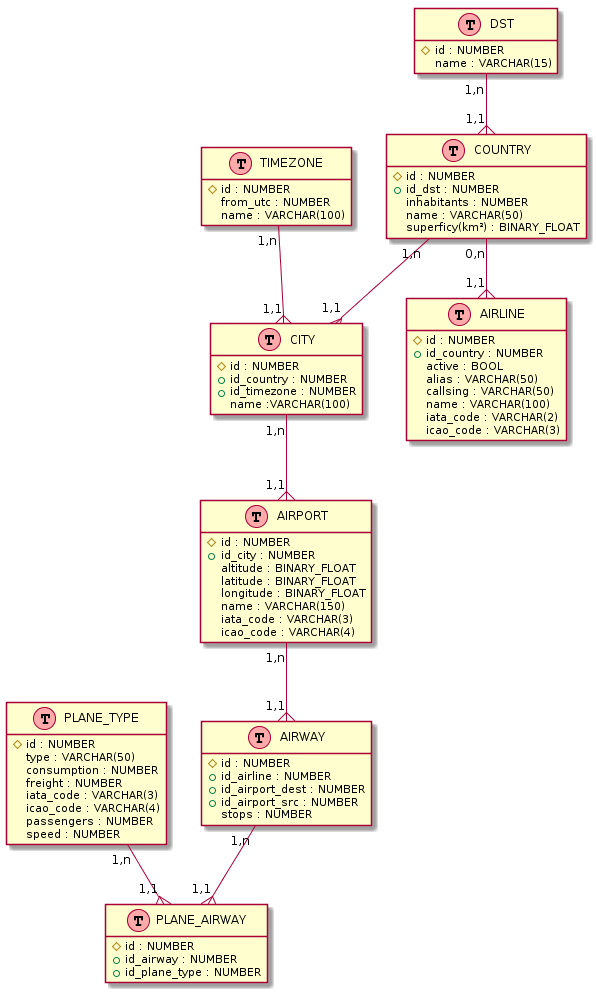
Before: resources/database/conception/modelization/modelisation.png, a diagram exported from PlantUML (pBouillon/OpenFlightStatisticsAggregator).
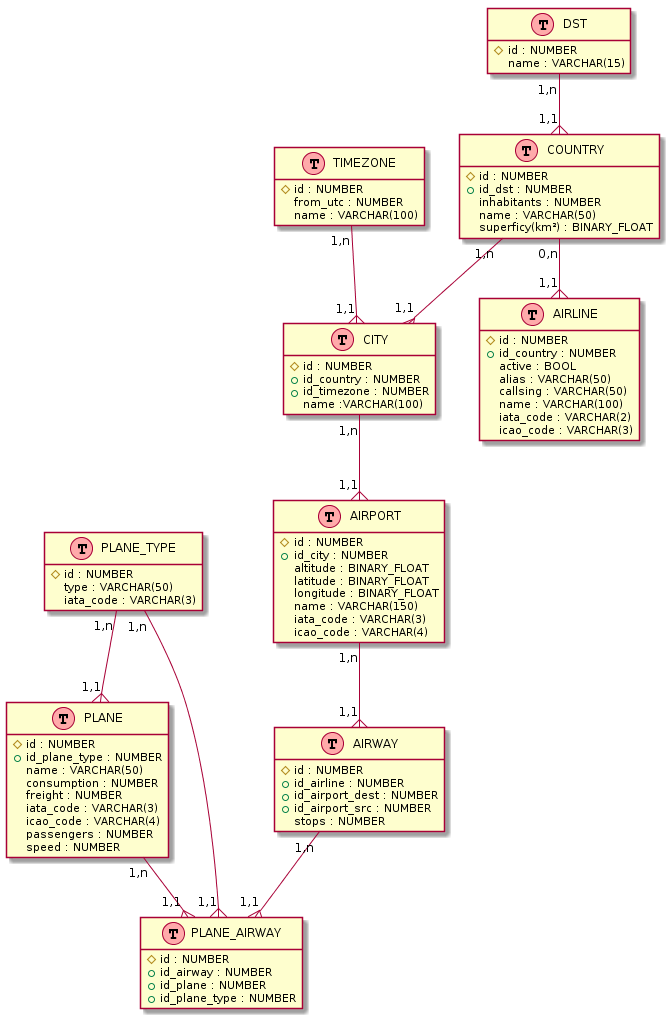
Later version of the same file.

Diff of the diagram source:
```diff
@@ -19,12 +19,7 @@
 class PLANE_TYPE << (T,#FFAAAA) >> {
     {field} #id : NUMBER
     {field} type : VARCHAR(50)
-    {field} consumption : NUMBER
-    {field} freight : NUMBER
     {field} iata_code : VARCHAR(3)
-    {field} icao_code : VARCHAR(4)
-    {field} passengers : NUMBER
-    {field} speed : NUMBER
 }
 
 class TIMEZONE << (T,#FFAAAA) >> {
@@ -56,17 +51,23 @@
 
 }
 
+class PLANE << (T,#FFAAAA) >> {
+    {field} #id : NUMBER
+    {field} +id_plane_type : NUMBER
+    {field} name : VARCHAR(50)
+    {field} consumption : NUMBER
+    {field} freight : NUMBER
+    {field} iata_code : VARCHAR(3)
+    {field} icao_code : VARCHAR(4)
+    {field} passengers : NUMBER
+    {field} speed : NUMBER
+}
+
 class CITY << (T,#FFAAAA) >> {
     {field} #id : NUMBER
     {field} +id_country : NUMBER
     {field} +id_timezone : NUMBER
     {field} name :VARCHAR(100)
-}
-
-class PLANE_AIRWAY << (T,#FFAAAA) >> {
-    {field} #id : NUMBER
-    {field} +id_airway : NUMBER
-    {field} +id_plane_type : NUMBER
 }
 
 class AIRWAY << (T,#FFAAAA) >> {
@@ -76,6 +77,14 @@
     {field} +id_airport_src : NUMBER
     {field} stops : NUMBER
 }
+
+class PLANE_AIRWAY << (T,#FFAAAA) >> {
+    {field} #id : NUMBER
+    {field} +id_airway : NUMBER
+    {field} +id_plane : NUMBER
+    {field} +id_plane_type : NUMBER
+}
+
 
 AIRPORT "1,n" --{ "1,1" AIRWAY
 
@@ -88,7 +97,10 @@
 
 DST "1,n" --{ "1,1" COUNTRY
 
+PLANE "1,n" --{ "1,1" PLANE_AIRWAY
+
 PLANE_TYPE "1,n" --{ "1,1" PLANE_AIRWAY
+PLANE_TYPE "1,n" --{ "1,1" PLANE
 
 TIMEZONE "1,n" --{ "1,1" CITY
 @enduml
```
